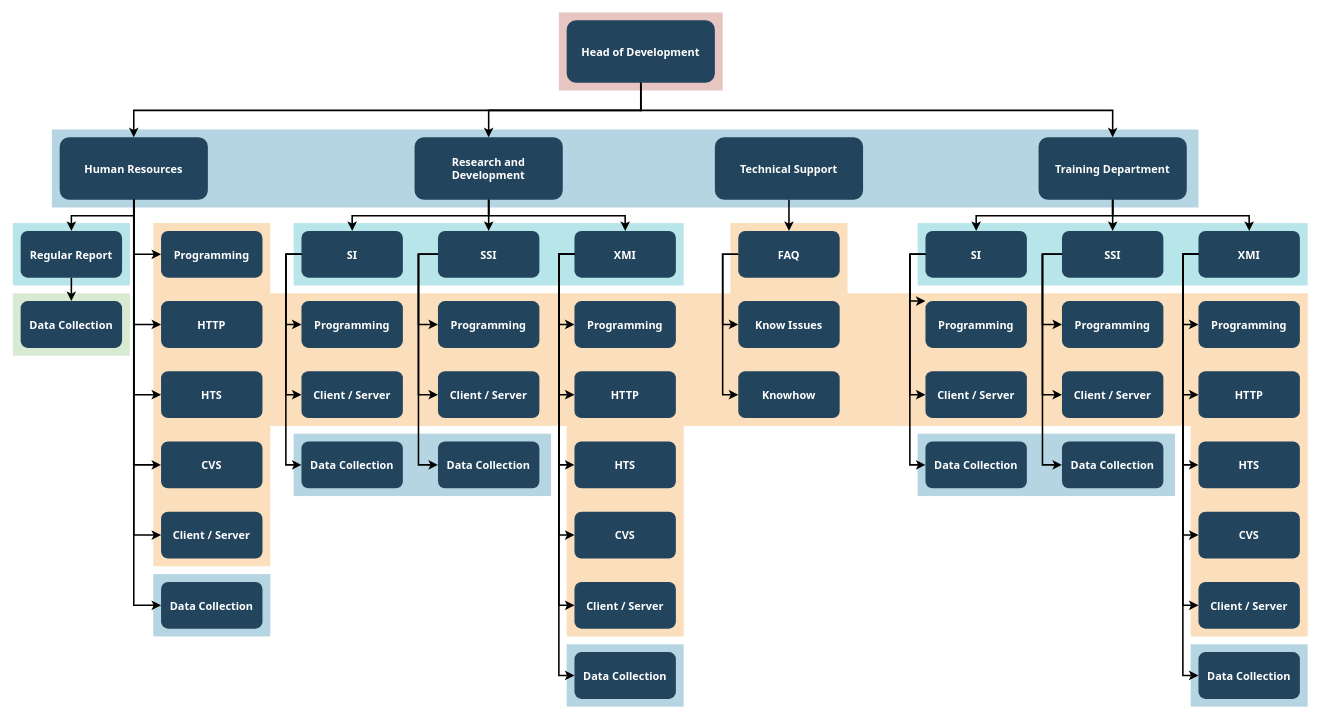
Earlier version of the draw.io diagram Teahouse_Site_Map.drawio (jxcarlat/TeaHouse). Source tidied: cells renumbered, new cells numbered last; positions are measured from the earlier drawing's top-left corner, leaving out a move shared by most shapes. Both pictures are drawn from the tidied source at 78%, with x=0, y=0 at pixel (12, 12).
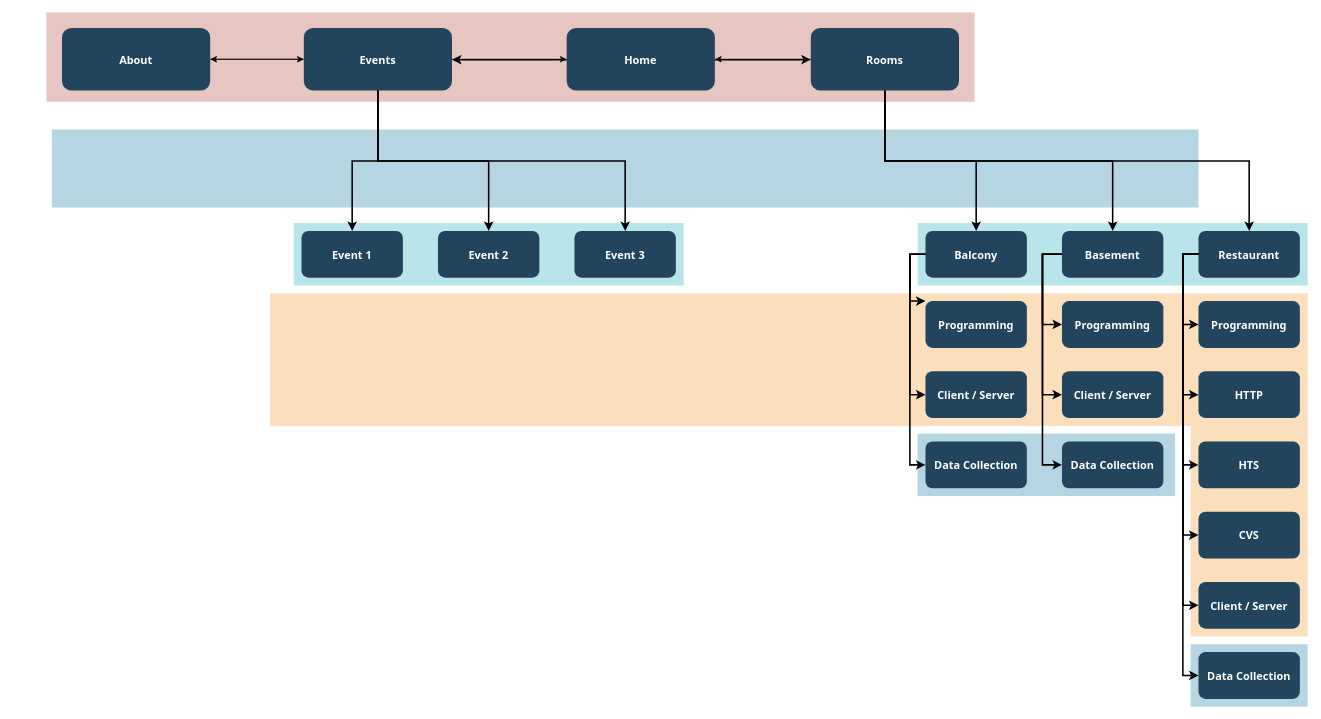
After the change.

Diff of the diagram source:
```diff
@@
     <mxCell id="2" style="fillColor=#AE4132;strokeColor=none;opacity=30;" parent="1" vertex="1">
-      <mxGeometry x="700" y="-0.5" width="210" height="100" as="geometry" />
+      <mxGeometry x="43" y="-0.5" width="1190" height="114.5" as="geometry" />
     </mxCell>
@@
-    <mxCell id="5" style="fillColor=#F2931E;strokeColor=none;opacity=30;" parent="1" vertex="1">
-      <mxGeometry x="920" y="269.5" width="150" height="90" as="geometry" />
-    </mxCell>
-    <mxCell id="6" style="fillColor=#F2931E;strokeColor=none;opacity=30;" parent="1" vertex="1">
-      <mxGeometry x="710" y="529.5" width="150" height="270" as="geometry" />
-    </mxCell>
-    <mxCell id="7" style="fillColor=#F2931E;strokeColor=none;opacity=30;" parent="1" vertex="1">
-      <mxGeometry x="180" y="269.5" width="150" height="440" as="geometry" />
-    </mxCell>
@@
-    <mxCell id="11" style="fillColor=#10739E;strokeColor=none;opacity=30;" parent="1" vertex="1">
-      <mxGeometry x="710" y="809.5" width="150" height="80" as="geometry" />
-    </mxCell>
-    <mxCell id="12" style="fillColor=#10739E;strokeColor=none;opacity=30;" parent="1" vertex="1">
-      <mxGeometry x="360" y="539.5" width="330" height="80" as="geometry" />
-    </mxCell>
-    <mxCell id="13" style="fillColor=#10739E;strokeColor=none;opacity=30;" parent="1" vertex="1">
-      <mxGeometry x="180" y="719.5" width="150" height="80" as="geometry" />
-    </mxCell>
-    <mxCell id="14" style="fillColor=#D9EAD3;strokeColor=none;" parent="1" vertex="1">
-      <mxGeometry y="359.5" width="150" height="80" as="geometry" />
-    </mxCell>
@@
-    <mxCell id="17" style="fillColor=#12AAB5;strokeColor=none;opacity=30;" parent="1" vertex="1">
-      <mxGeometry y="269.5" width="150" height="80" as="geometry" />
-    </mxCell>
-    <mxCell id="18" value="Head of Development" style="rounded=1;fillColor=#23445D;gradientColor=none;strokeColor=none;fontColor=#FFFFFF;fontStyle=1;fontFamily=Tahoma;fontSize=14;" parent="1" vertex="1">
-      <mxGeometry x="710" y="9.5" width="190" height="80" as="geometry" />
+    <mxCell id="18" value="Home" style="rounded=1;fillColor=#23445D;gradientColor=none;strokeColor=none;fontColor=#FFFFFF;fontStyle=1;fontFamily=Tahoma;fontSize=14;" parent="1" vertex="1">
+      <mxGeometry x="710" y="19.5" width="190" height="80" as="geometry" />
     </mxCell>
+    <mxCell id="108" style="edgeStyle=orthogonalEdgeStyle;rounded=0;jettySize=auto;html=1;entryX=1;entryY=0.5;entryDx=0;entryDy=0;" parent="1" edge="1" source="19" target="18">
+      <mxGeometry relative="1" as="geometry" />
+    </mxCell>
-    <mxCell id="19" value="Training Department" style="rounded=1;fillColor=#23445D;gradientColor=none;strokeColor=none;fontColor=#FFFFFF;fontStyle=1;fontFamily=Tahoma;fontSize=14;" parent="1" vertex="1">
-      <mxGeometry x="1315" y="159.5" width="190" height="80" as="geometry" />
+    <mxCell id="19" value="Rooms" style="rounded=1;fillColor=#23445D;gradientColor=none;strokeColor=none;fontColor=#FFFFFF;fontStyle=1;fontFamily=Tahoma;fontSize=14;" parent="1" vertex="1">
+      <mxGeometry x="1023" y="19.5" width="190" height="80" as="geometry" />
     </mxCell>
@@
-    <mxCell id="21" value="Technical Support" style="rounded=1;fillColor=#23445D;gradientColor=none;strokeColor=none;fontColor=#FFFFFF;fontStyle=1;fontFamily=Tahoma;fontSize=14;" parent="1" vertex="1">
-      <mxGeometry x="900" y="159.5" width="190" height="80" as="geometry" />
-    </mxCell>
+    <mxCell id="109" style="edgeStyle=orthogonalEdgeStyle;rounded=0;jettySize=auto;html=1;entryX=1;entryY=0.5;entryDx=0;entryDy=0;" parent="1" edge="1" source="22" target="23">
+      <mxGeometry relative="1" as="geometry" />
+    </mxCell>
+    <mxCell id="110" style="edgeStyle=orthogonalEdgeStyle;rounded=0;jettySize=auto;html=1;entryX=0;entryY=0.5;entryDx=0;entryDy=0;" parent="1" edge="1" source="22" target="18">
+      <mxGeometry relative="1" as="geometry" />
+    </mxCell>
-    <mxCell id="22" value="Research and &#10;Development" style="rounded=1;fillColor=#23445D;gradientColor=none;strokeColor=none;fontColor=#FFFFFF;fontStyle=1;fontFamily=Tahoma;fontSize=14;" parent="1" vertex="1">
-      <mxGeometry x="515" y="159.5" width="190" height="80" as="geometry" />
+    <mxCell id="22" value="Events" style="rounded=1;fillColor=#23445D;gradientColor=none;strokeColor=none;fontColor=#FFFFFF;fontStyle=1;fontFamily=Tahoma;fontSize=14;" parent="1" vertex="1">
+      <mxGeometry x="373" y="19.5" width="190" height="80" as="geometry" />
     </mxCell>
+    <mxCell id="111" style="edgeStyle=orthogonalEdgeStyle;rounded=0;jettySize=auto;html=1;exitX=1;exitY=0.5;exitDx=0;exitDy=0;entryX=0;entryY=0.5;entryDx=0;entryDy=0;" parent="1" edge="1" source="23" target="22">
+      <mxGeometry relative="1" as="geometry" />
+    </mxCell>
-    <mxCell id="23" value="Human Resources" style="rounded=1;fillColor=#23445D;gradientColor=none;strokeColor=none;fontColor=#FFFFFF;fontStyle=1;fontFamily=Tahoma;fontSize=14;" parent="1" vertex="1">
-      <mxGeometry x="60" y="159.5" width="190" height="80" as="geometry" />
+    <mxCell id="23" value="About" style="rounded=1;fillColor=#23445D;gradientColor=none;strokeColor=none;fontColor=#FFFFFF;fontStyle=1;fontFamily=Tahoma;fontSize=14;" parent="1" vertex="1">
+      <mxGeometry x="63" y="19.5" width="190" height="80" as="geometry" />
     </mxCell>
-    <mxCell id="24" value="Regular Report" style="rounded=1;fillColor=#23445D;gradientColor=none;strokeColor=none;fontColor=#FFFFFF;fontStyle=1;fontFamily=Tahoma;fontSize=14;" parent="1" vertex="1">
-      <mxGeometry x="10" y="279.5" width="130" height="60" as="geometry" />
-    </mxCell>
-    <mxCell id="25" value="Data Collection" style="rounded=1;fillColor=#23445D;gradientColor=none;strokeColor=none;fontColor=#FFFFFF;fontStyle=1;fontFamily=Tahoma;fontSize=14;" parent="1" vertex="1">
-      <mxGeometry x="10" y="369.5" width="130" height="60" as="geometry" />
-    </mxCell>
-    <mxCell id="26" value="Programming" style="rounded=1;fillColor=#23445D;gradientColor=none;strokeColor=none;fontColor=#FFFFFF;fontStyle=1;fontFamily=Tahoma;fontSize=14;" parent="1" vertex="1">
-      <mxGeometry x="190" y="279.5" width="130" height="60" as="geometry" />
-    </mxCell>
-    <mxCell id="27" value="HTTP" style="rounded=1;fillColor=#23445D;gradientColor=none;strokeColor=none;fontColor=#FFFFFF;fontStyle=1;fontFamily=Tahoma;fontSize=14;" parent="1" vertex="1">
-      <mxGeometry x="190" y="369.5" width="130" height="60" as="geometry" />
-    </mxCell>
-    <mxCell id="28" value="HTS" style="rounded=1;fillColor=#23445D;gradientColor=none;strokeColor=none;fontColor=#FFFFFF;fontStyle=1;fontFamily=Tahoma;fontSize=14;" parent="1" vertex="1">
-      <mxGeometry x="190" y="459.5" width="130" height="60" as="geometry" />
-    </mxCell>
-    <mxCell id="29" value="CVS" style="rounded=1;fillColor=#23445D;gradientColor=none;strokeColor=none;fontColor=#FFFFFF;fontStyle=1;fontFamily=Tahoma;fontSize=14;" parent="1" vertex="1">
-      <mxGeometry x="190" y="549.5" width="130" height="60" as="geometry" />
-    </mxCell>
-    <mxCell id="30" value="Client / Server" style="rounded=1;fillColor=#23445D;gradientColor=none;strokeColor=none;fontColor=#FFFFFF;fontStyle=1;fontFamily=Tahoma;fontSize=14;" parent="1" vertex="1">
-      <mxGeometry x="190" y="639.5" width="130" height="60" as="geometry" />
-    </mxCell>
-    <mxCell id="31" value="Data Collection" style="rounded=1;fillColor=#23445D;gradientColor=none;strokeColor=none;fontColor=#FFFFFF;fontStyle=1;fontFamily=Tahoma;fontSize=14;" parent="1" vertex="1">
-      <mxGeometry x="190" y="729.5" width="130" height="60" as="geometry" />
-    </mxCell>
-    <mxCell id="32" value="SI" style="rounded=1;fillColor=#23445D;gradientColor=none;strokeColor=none;fontColor=#FFFFFF;fontStyle=1;fontFamily=Tahoma;fontSize=14;" parent="1" vertex="1">
+    <mxCell id="32" value="Event 1" style="rounded=1;fillColor=#23445D;gradientColor=none;strokeColor=none;fontColor=#FFFFFF;fontStyle=1;fontFamily=Tahoma;fontSize=14;" parent="1" vertex="1">
       <mxGeometry x="370" y="279.5" width="130" height="60" as="geometry" />
     </mxCell>
-    <mxCell id="33" value="Programming" style="rounded=1;fillColor=#23445D;gradientColor=none;strokeColor=none;fontColor=#FFFFFF;fontStyle=1;fontFamily=Tahoma;fontSize=14;" parent="1" vertex="1">
-      <mxGeometry x="370" y="369.5" width="130" height="60" as="geometry" />
-    </mxCell>
-    <mxCell id="34" value="Client / Server" style="rounded=1;fillColor=#23445D;gradientColor=none;strokeColor=none;fontColor=#FFFFFF;fontStyle=1;fontFamily=Tahoma;fontSize=14;" parent="1" vertex="1">
-      <mxGeometry x="370" y="459.5" width="130" height="60" as="geometry" />
-    </mxCell>
-    <mxCell id="35" value="Data Collection" style="rounded=1;fillColor=#23445D;gradientColor=none;strokeColor=none;fontColor=#FFFFFF;fontStyle=1;fontFamily=Tahoma;fontSize=14;" parent="1" vertex="1">
-      <mxGeometry x="370" y="549.5" width="130" height="60" as="geometry" />
-    </mxCell>
-    <mxCell id="36" value="SSI" style="rounded=1;fillColor=#23445D;gradientColor=none;strokeColor=none;fontColor=#FFFFFF;fontStyle=1;fontFamily=Tahoma;fontSize=14;" parent="1" vertex="1">
+    <mxCell id="36" value="Event 2" style="rounded=1;fillColor=#23445D;gradientColor=none;strokeColor=none;fontColor=#FFFFFF;fontStyle=1;fontFamily=Tahoma;fontSize=14;" parent="1" vertex="1">
       <mxGeometry x="545" y="279.5" width="130" height="60" as="geometry" />
     </mxCell>
-    <mxCell id="37" value="Programming" style="rounded=1;fillColor=#23445D;gradientColor=none;strokeColor=none;fontColor=#FFFFFF;fontStyle=1;fontFamily=Tahoma;fontSize=14;" parent="1" vertex="1">
-      <mxGeometry x="545" y="369.5" width="130" height="60" as="geometry" />
-    </mxCell>
-    <mxCell id="38" value="Client / Server" style="rounded=1;fillColor=#23445D;gradientColor=none;strokeColor=none;fontColor=#FFFFFF;fontStyle=1;fontFamily=Tahoma;fontSize=14;" parent="1" vertex="1">
-      <mxGeometry x="545" y="459.5" width="130" height="60" as="geometry" />
-    </mxCell>
-    <mxCell id="39" value="Data Collection" style="rounded=1;fillColor=#23445D;gradientColor=none;strokeColor=none;fontColor=#FFFFFF;fontStyle=1;fontFamily=Tahoma;fontSize=14;" parent="1" vertex="1">
-      <mxGeometry x="545" y="549.5" width="130" height="60" as="geometry" />
-    </mxCell>
-    <mxCell id="40" value="XMI" style="rounded=1;fillColor=#23445D;gradientColor=none;strokeColor=none;fontColor=#FFFFFF;fontStyle=1;fontFamily=Tahoma;fontSize=14;" parent="1" vertex="1">
+    <mxCell id="40" value="Event 3" style="rounded=1;fillColor=#23445D;gradientColor=none;strokeColor=none;fontColor=#FFFFFF;fontStyle=1;fontFamily=Tahoma;fontSize=14;" parent="1" vertex="1">
       <mxGeometry x="720" y="279.5" width="130" height="60" as="geometry" />
     </mxCell>
-    <mxCell id="41" value="Programming" style="rounded=1;fillColor=#23445D;gradientColor=none;strokeColor=none;fontColor=#FFFFFF;fontStyle=1;fontFamily=Tahoma;fontSize=14;" parent="1" vertex="1">
-      <mxGeometry x="720" y="369.5" width="130" height="60" as="geometry" />
-    </mxCell>
-    <mxCell id="42" value="HTTP" style="rounded=1;fillColor=#23445D;gradientColor=none;strokeColor=none;fontColor=#FFFFFF;fontStyle=1;fontFamily=Tahoma;fontSize=14;" parent="1" vertex="1">
-      <mxGeometry x="720" y="459.5" width="130" height="60" as="geometry" />
-    </mxCell>
-    <mxCell id="43" value="HTS" style="rounded=1;fillColor=#23445D;gradientColor=none;strokeColor=none;fontColor=#FFFFFF;fontStyle=1;fontFamily=Tahoma;fontSize=14;" parent="1" vertex="1">
-      <mxGeometry x="720" y="549.5" width="130" height="60" as="geometry" />
-    </mxCell>
-    <mxCell id="44" value="CVS" style="rounded=1;fillColor=#23445D;gradientColor=none;strokeColor=none;fontColor=#FFFFFF;fontStyle=1;fontFamily=Tahoma;fontSize=14;" parent="1" vertex="1">
-      <mxGeometry x="720" y="639.5" width="130" height="60" as="geometry" />
-    </mxCell>
-    <mxCell id="45" value="Client / Server" style="rounded=1;fillColor=#23445D;gradientColor=none;strokeColor=none;fontColor=#FFFFFF;fontStyle=1;fontFamily=Tahoma;fontSize=14;" parent="1" vertex="1">
-      <mxGeometry x="720" y="729.5" width="130" height="60" as="geometry" />
-    </mxCell>
-    <mxCell id="46" value="Data Collection" style="rounded=1;fillColor=#23445D;gradientColor=none;strokeColor=none;fontColor=#FFFFFF;fontStyle=1;fontFamily=Tahoma;fontSize=14;" parent="1" vertex="1">
-      <mxGeometry x="720" y="819.5" width="130" height="60" as="geometry" />
-    </mxCell>
-    <mxCell id="47" value="FAQ" style="rounded=1;fillColor=#23445D;gradientColor=none;strokeColor=none;fontColor=#FFFFFF;fontStyle=1;fontFamily=Tahoma;fontSize=14;" parent="1" vertex="1">
-      <mxGeometry x="930" y="279.5" width="130" height="60" as="geometry" />
-    </mxCell>
-    <mxCell id="48" value="Know Issues" style="rounded=1;fillColor=#23445D;gradientColor=none;strokeColor=none;fontColor=#FFFFFF;fontStyle=1;fontFamily=Tahoma;fontSize=14;" parent="1" vertex="1">
-      <mxGeometry x="930" y="369.5" width="130" height="60" as="geometry" />
-    </mxCell>
-    <mxCell id="49" value="Knowhow" style="rounded=1;fillColor=#23445D;gradientColor=none;strokeColor=none;fontColor=#FFFFFF;fontStyle=1;fontFamily=Tahoma;fontSize=14;" parent="1" vertex="1">
-      <mxGeometry x="930" y="459.5" width="130" height="60" as="geometry" />
-    </mxCell>
-    <mxCell id="50" value="SI" style="rounded=1;fillColor=#23445D;gradientColor=none;strokeColor=none;fontColor=#FFFFFF;fontStyle=1;fontFamily=Tahoma;fontSize=14;" parent="1" vertex="1">
+    <mxCell id="50" value="Balcony" style="rounded=1;fillColor=#23445D;gradientColor=none;strokeColor=none;fontColor=#FFFFFF;fontStyle=1;fontFamily=Tahoma;fontSize=14;" parent="1" vertex="1">
       <mxGeometry x="1170" y="279.5" width="130" height="60" as="geometry" />
     </mxCell>
@@
-    <mxCell id="54" value="SSI" style="rounded=1;fillColor=#23445D;gradientColor=none;strokeColor=none;fontColor=#FFFFFF;fontStyle=1;fontFamily=Tahoma;fontSize=14;" parent="1" vertex="1">
+    <mxCell id="54" value="Basement" style="rounded=1;fillColor=#23445D;gradientColor=none;strokeColor=none;fontColor=#FFFFFF;fontStyle=1;fontFamily=Tahoma;fontSize=14;" parent="1" vertex="1">
       <mxGeometry x="1345" y="279.5" width="130" height="60" as="geometry" />
     </mxCell>
@@
-    <mxCell id="58" value="XMI" style="rounded=1;fillColor=#23445D;gradientColor=none;strokeColor=none;fontColor=#FFFFFF;fontStyle=1;fontFamily=Tahoma;fontSize=14;" parent="1" vertex="1">
+    <mxCell id="58" value="Restaurant" style="rounded=1;fillColor=#23445D;gradientColor=none;strokeColor=none;fontColor=#FFFFFF;fontStyle=1;fontFamily=Tahoma;fontSize=14;" parent="1" vertex="1">
       <mxGeometry x="1520" y="279.5" width="130" height="60" as="geometry" />
     </mxCell>
@@
-    <mxCell id="66" style="edgeStyle=elbowEdgeStyle;elbow=vertical;strokeWidth=2;rounded=0;" parent="1" edge="1" source="18" target="23">
-      <mxGeometry x="-23" y="135.5" as="geometry" />
-    </mxCell>
-    <mxCell id="67" style="edgeStyle=elbowEdgeStyle;elbow=vertical;strokeWidth=2;rounded=0;" parent="1" edge="1" source="23" target="24">
-      <mxGeometry x="-23" y="135.5" as="geometry" />
-    </mxCell>
-    <mxCell id="68" style="edgeStyle=elbowEdgeStyle;elbow=horizontal;strokeWidth=2;rounded=0;" parent="1" edge="1" source="23" target="26">
-      <mxGeometry x="-23" y="135.5" as="geometry">
-        <Array as="points">
-          <mxPoint x="155" y="259.5" />
-        </Array>
-      </mxGeometry>
-    </mxCell>
-    <mxCell id="69" style="edgeStyle=elbowEdgeStyle;elbow=horizontal;strokeWidth=2;rounded=0;" parent="1" edge="1" source="23" target="27">
-      <mxGeometry x="-23" y="135.5" as="geometry">
-        <Array as="points">
-          <mxPoint x="155" y="299.5" />
-        </Array>
-      </mxGeometry>
-    </mxCell>
-    <mxCell id="70" style="edgeStyle=elbowEdgeStyle;elbow=horizontal;strokeWidth=2;rounded=0;" parent="1" edge="1" source="23" target="28">
-      <mxGeometry x="-23" y="135.5" as="geometry">
-        <Array as="points">
-          <mxPoint x="155" y="349.5" />
-        </Array>
-      </mxGeometry>
-    </mxCell>
-    <mxCell id="71" style="edgeStyle=elbowEdgeStyle;elbow=horizontal;strokeWidth=2;rounded=0;" parent="1" edge="1" source="23" target="29">
-      <mxGeometry x="-23" y="135.5" as="geometry">
-        <Array as="points">
-          <mxPoint x="155" y="399.5" />
-        </Array>
-      </mxGeometry>
-    </mxCell>
-    <mxCell id="72" style="edgeStyle=elbowEdgeStyle;elbow=horizontal;strokeWidth=2;rounded=0;" parent="1" edge="1" source="23" target="30">
-      <mxGeometry x="-23" y="135.5" as="geometry">
-        <Array as="points">
-          <mxPoint x="155" y="439.5" />
-        </Array>
-      </mxGeometry>
-    </mxCell>
-    <mxCell id="73" style="edgeStyle=elbowEdgeStyle;elbow=horizontal;strokeWidth=2;rounded=0;" parent="1" edge="1" source="23" target="31">
-      <mxGeometry x="-23" y="135.5" as="geometry">
-        <Array as="points">
-          <mxPoint x="155" y="489.5" />
-        </Array>
-      </mxGeometry>
-    </mxCell>
-    <mxCell id="74" style="edgeStyle=elbowEdgeStyle;elbow=horizontal;strokeWidth=2;rounded=0;" parent="1" edge="1" source="32" target="33">
-      <mxGeometry x="-23" y="135.5" as="geometry">
-        <Array as="points">
-          <mxPoint x="350" y="359.5" />
-        </Array>
-      </mxGeometry>
-    </mxCell>
-    <mxCell id="75" style="edgeStyle=elbowEdgeStyle;elbow=horizontal;strokeWidth=2;rounded=0;" parent="1" edge="1" source="32" target="34">
-      <mxGeometry x="-23" y="135.5" as="geometry">
-        <Array as="points">
-          <mxPoint x="350" y="399.5" />
-        </Array>
-      </mxGeometry>
-    </mxCell>
-    <mxCell id="76" style="edgeStyle=elbowEdgeStyle;elbow=horizontal;strokeWidth=2;rounded=0;" parent="1" edge="1" source="32" target="35">
-      <mxGeometry x="-23" y="135.5" as="geometry">
-        <Array as="points">
-          <mxPoint x="350" y="439.5" />
-        </Array>
-      </mxGeometry>
-    </mxCell>
-    <mxCell id="77" style="edgeStyle=elbowEdgeStyle;elbow=horizontal;strokeWidth=2;rounded=0;" parent="1" edge="1" source="36" target="37">
-      <mxGeometry x="-23" y="135.5" as="geometry">
-        <Array as="points">
-          <mxPoint x="520" y="359.5" />
-        </Array>
-      </mxGeometry>
-    </mxCell>
-    <mxCell id="78" style="edgeStyle=elbowEdgeStyle;elbow=horizontal;strokeWidth=2;rounded=0;" parent="1" edge="1" source="36" target="38">
-      <mxGeometry x="-23" y="135.5" as="geometry">
-        <Array as="points">
-          <mxPoint x="520" y="399.5" />
-        </Array>
-      </mxGeometry>
-    </mxCell>
-    <mxCell id="79" style="edgeStyle=elbowEdgeStyle;elbow=horizontal;strokeWidth=2;rounded=0;" parent="1" edge="1" source="36" target="39">
-      <mxGeometry x="-23" y="135.5" as="geometry">
-        <Array as="points">
-          <mxPoint x="520" y="439.5" />
-        </Array>
-      </mxGeometry>
-    </mxCell>
-    <mxCell id="80" style="edgeStyle=elbowEdgeStyle;elbow=horizontal;strokeWidth=2;rounded=0;" parent="1" edge="1" source="40" target="41">
-      <mxGeometry x="-23" y="135.5" as="geometry">
-        <Array as="points">
-          <mxPoint x="700" y="359.5" />
-        </Array>
-      </mxGeometry>
-    </mxCell>
-    <mxCell id="81" style="edgeStyle=elbowEdgeStyle;elbow=horizontal;strokeWidth=2;rounded=0;" parent="1" edge="1" source="40" target="42">
-      <mxGeometry x="-23" y="135.5" as="geometry">
-        <Array as="points">
-          <mxPoint x="700" y="399.5" />
-        </Array>
-      </mxGeometry>
-    </mxCell>
-    <mxCell id="82" style="edgeStyle=elbowEdgeStyle;elbow=horizontal;strokeWidth=2;rounded=0;" parent="1" edge="1" source="40" target="43">
-      <mxGeometry x="-23" y="135.5" as="geometry">
-        <Array as="points">
-          <mxPoint x="700" y="449.5" />
-        </Array>
-      </mxGeometry>
-    </mxCell>
-    <mxCell id="83" style="edgeStyle=elbowEdgeStyle;elbow=horizontal;strokeWidth=2;rounded=0;" parent="1" edge="1" source="40" target="44">
-      <mxGeometry x="-23" y="135.5" as="geometry">
-        <Array as="points">
-          <mxPoint x="700" y="489.5" />
-        </Array>
-      </mxGeometry>
-    </mxCell>
-    <mxCell id="84" style="edgeStyle=elbowEdgeStyle;elbow=horizontal;strokeWidth=2;rounded=0;" parent="1" edge="1" source="40" target="45">
-      <mxGeometry x="-23" y="135.5" as="geometry">
-        <Array as="points">
-          <mxPoint x="700" y="529.5" />
-        </Array>
-      </mxGeometry>
-    </mxCell>
-    <mxCell id="85" style="edgeStyle=elbowEdgeStyle;elbow=horizontal;strokeWidth=2;rounded=0;" parent="1" edge="1" source="40" target="46">
-      <mxGeometry x="-23" y="135.5" as="geometry">
-        <Array as="points">
-          <mxPoint x="700" y="579.5" />
-        </Array>
-      </mxGeometry>
-    </mxCell>
-    <mxCell id="86" style="edgeStyle=elbowEdgeStyle;elbow=horizontal;strokeWidth=2;rounded=0;" parent="1" edge="1" source="47" target="48">
-      <mxGeometry x="-23" y="135.5" as="geometry">
-        <Array as="points">
-          <mxPoint x="910" y="359.5" />
-        </Array>
-      </mxGeometry>
-    </mxCell>
-    <mxCell id="87" style="edgeStyle=elbowEdgeStyle;elbow=horizontal;strokeWidth=2;rounded=0;" parent="1" edge="1" source="47" target="49">
-      <mxGeometry x="-23" y="135.5" as="geometry">
-        <Array as="points">
-          <mxPoint x="910" y="409.5" />
-        </Array>
-      </mxGeometry>
-    </mxCell>
@@
-    <mxCell id="103" style="edgeStyle=elbowEdgeStyle;elbow=vertical;strokeWidth=2;rounded=0;" parent="1" edge="1" source="21" target="47">
-      <mxGeometry x="-23" y="135.5" as="geometry" />
-    </mxCell>
@@
-    <mxCell id="107" style="edgeStyle=elbowEdgeStyle;elbow=vertical;rounded=0;strokeWidth=2;" parent="1" edge="1" source="24" target="25">
-      <mxGeometry x="-23" y="135.5" as="geometry" />
-    </mxCell>
```
